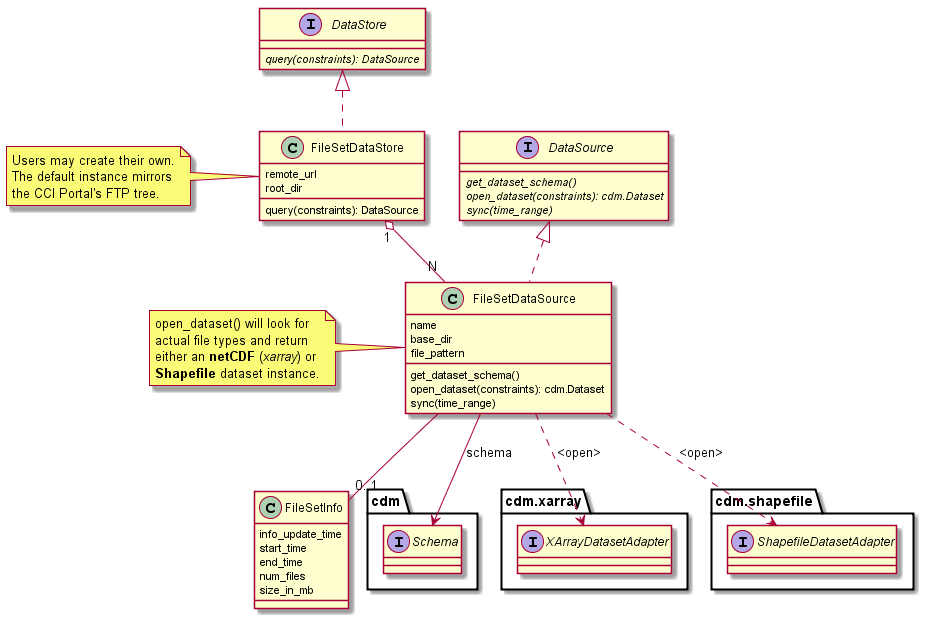
This is doc/source/_static/uml/io_file_set.png from CCI-Tools/cate, a PlantUML export, as it was before one commit.
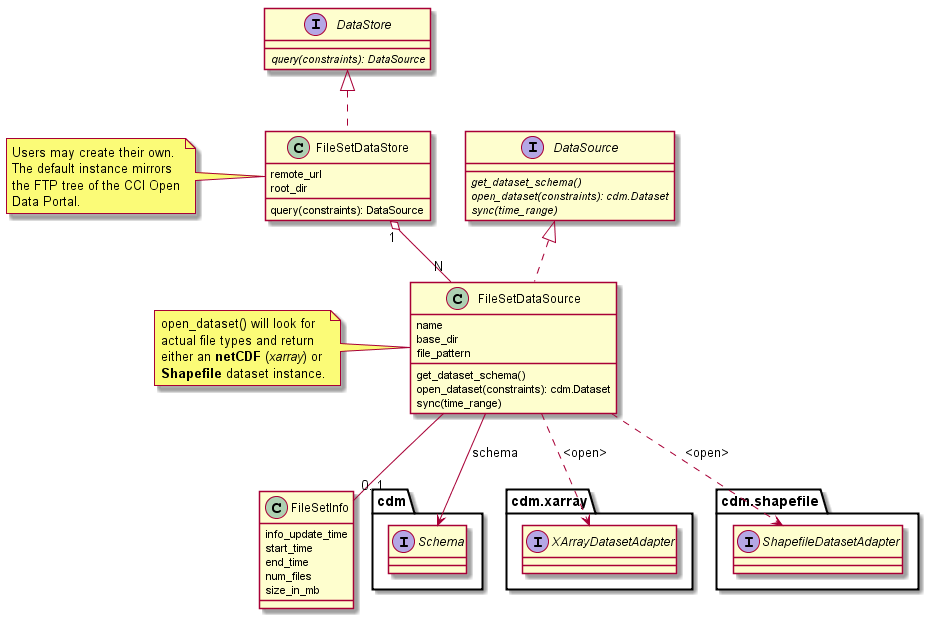
After the commit.

Commit message:
used term "CCI Open Data Portal"

The edit, as a diff of the source:
```diff
@@ -45,7 +45,8 @@
 note left of FileSetDataStore
 Users may create their own.
 The default instance mirrors
-the CCI Portal's FTP tree.
+the FTP tree of the CCI Open
+Data Portal.
 end note
 
 note left of FileSetDataSource
```
